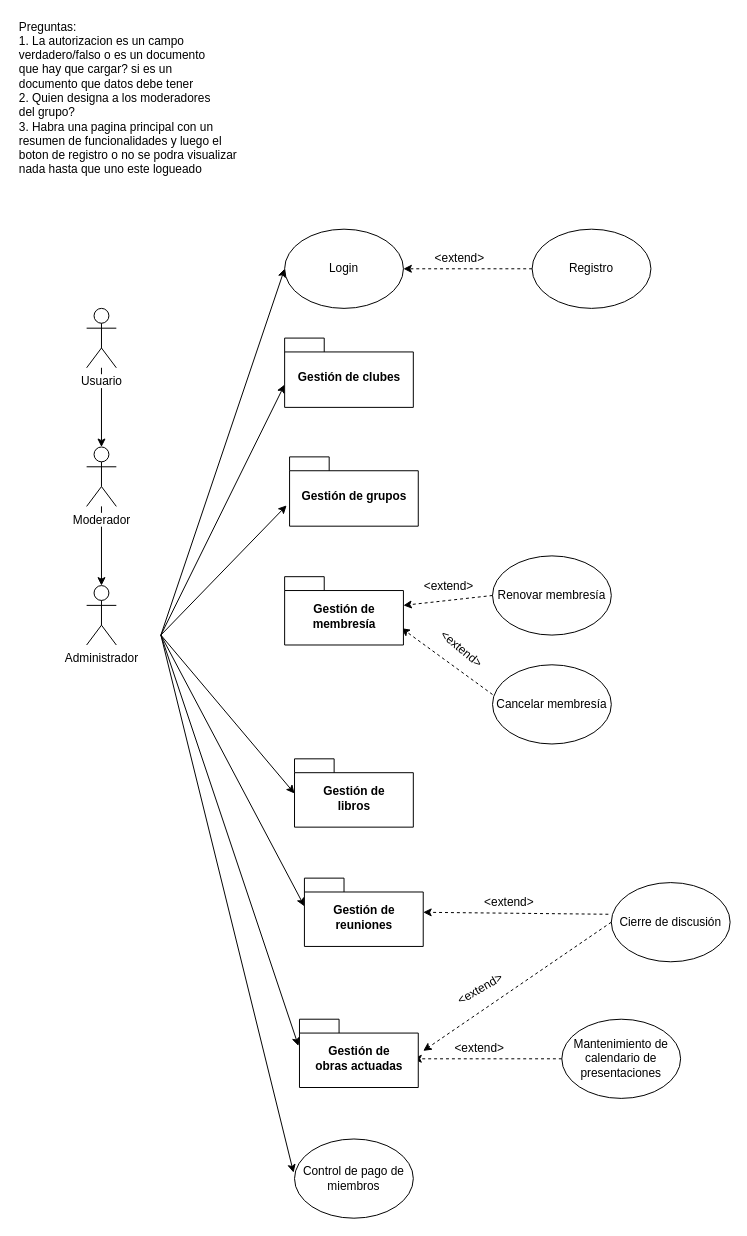
Earlier version of the draw.io diagram DB I/RC UC.drawio (NeutronBlast/IS-Ex). Source tidied: cells renumbered, new cells numbered last; positions are measured from the earlier drawing's top-left corner, leaving out a move shared by most shapes. Both pictures are drawn from the tidied source at 99%, with x=0, y=0 at pixel (17, 17).
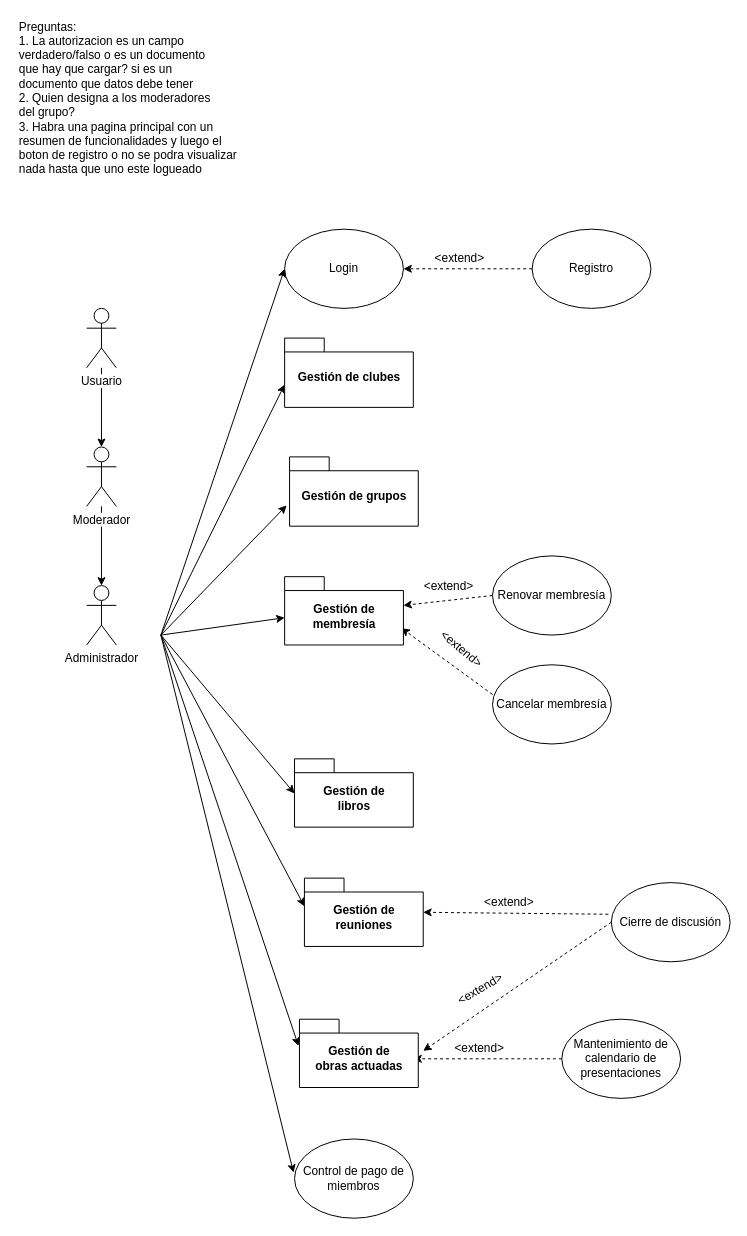
After the change.

Commit message:
ghost arrow

The change refers to these unchanged cells:
```xml
<mxCell id="34" value="Gestión de &lt;br&gt;membresía" style="shape=folder;fontStyle=1;spacingTop=10;tabWidth=40;tabHeight=14;tabPosition=left;html=1;" parent="1" vertex="1">
  <mxGeometry x="270" y="565" width="120" height="69" as="geometry" />
</mxCell>
```

What changed in the source:
```diff
@@
+    <mxCell id="40" style="endArrow=classic;html=1;entryX=0;entryY=0;entryDx=0;entryDy=41.5;entryPerimeter=0;" parent="1" edge="1" target="34">
+      <mxGeometry relative="1" as="geometry">
+        <mxPoint x="145" y="624" as="sourcePoint" />
+      </mxGeometry>
+    </mxCell>
```
